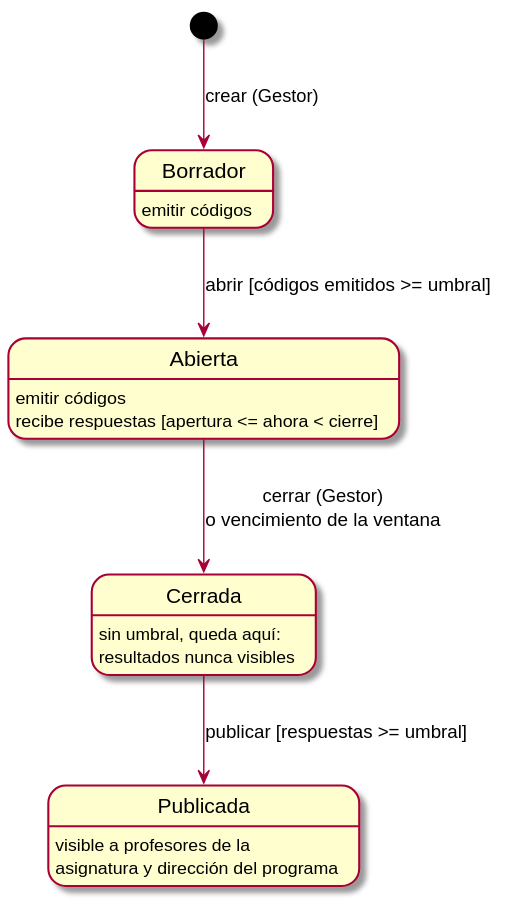
mmasias/pyPULSO keeps this PlantUML diagram as images/RUP/00-modelo-del-dominio/estados-entidades/encuesta.svg. Above is the earlier version.
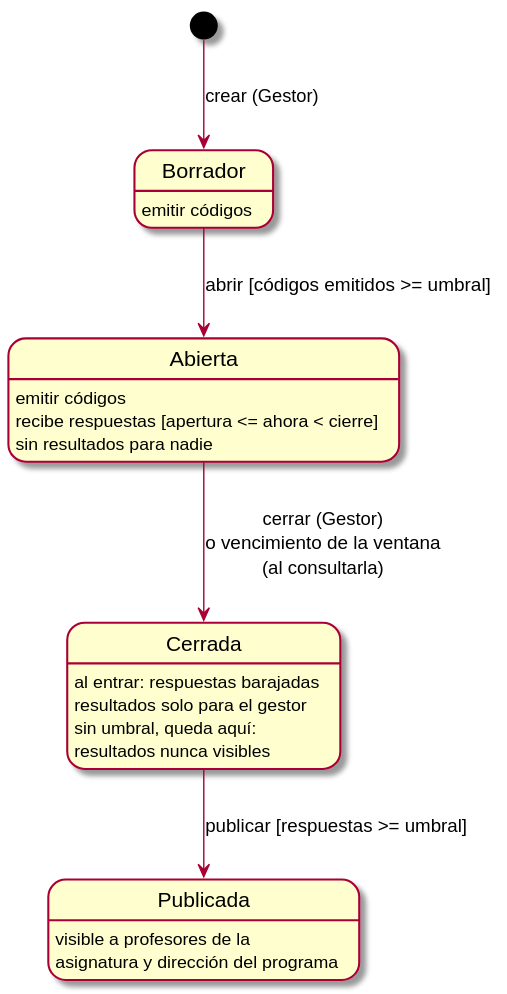
The same diagram one commit later.

What changed in the source:
```diff
@@ -5,8 +5,11 @@
 Borrador --> Abierta : abrir [códigos emitidos >= umbral]
 Abierta : emitir códigos
 Abierta : recibe respuestas [apertura <= ahora < cierre]
-Abierta --> Cerrada : cerrar (Gestor)\no vencimiento de la ventana
+Abierta : sin resultados para nadie
+Abierta --> Cerrada : cerrar (Gestor)\no vencimiento de la ventana\n(al consultarla)
 Cerrada --> Publicada : publicar [respuestas >= umbral]
+Cerrada : al entrar: respuestas barajadas
+Cerrada : resultados solo para el gestor
 Cerrada : sin umbral, queda aquí:\nresultados nunca visibles
 Publicada : visible a profesores de la\nasignatura y dirección del programa
 @enduml
```
